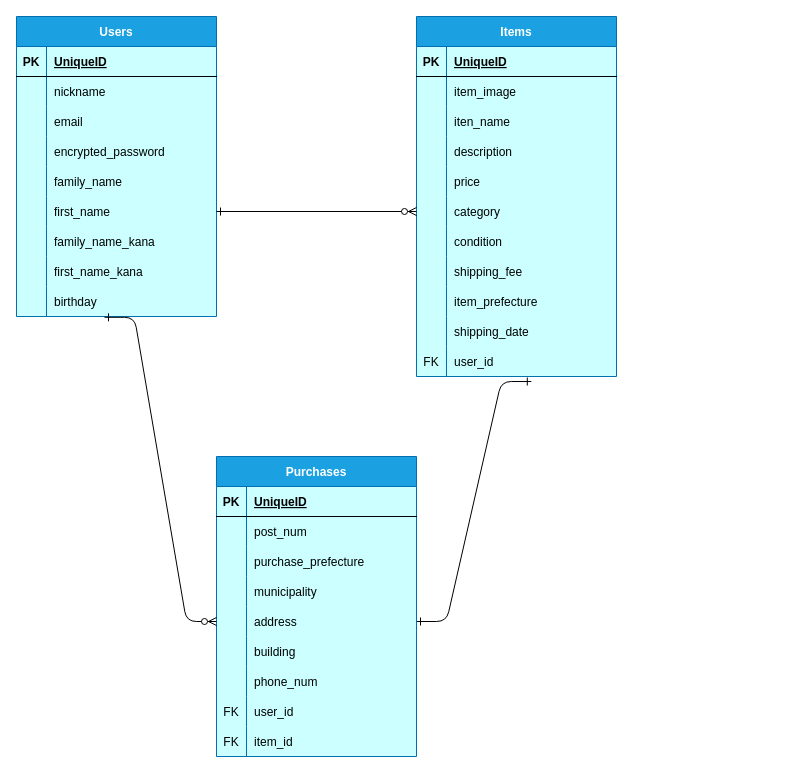
The draw.io diagram furima.dio in abeyaworld/furima-38648, before the edit. Source tidied: cells renumbered, new cells numbered last; positions are measured from the earlier drawing's top-left corner, leaving out a move shared by most shapes. Both pictures are drawn from the tidied source at 100%, with x=0, y=0 at pixel (16, 16).
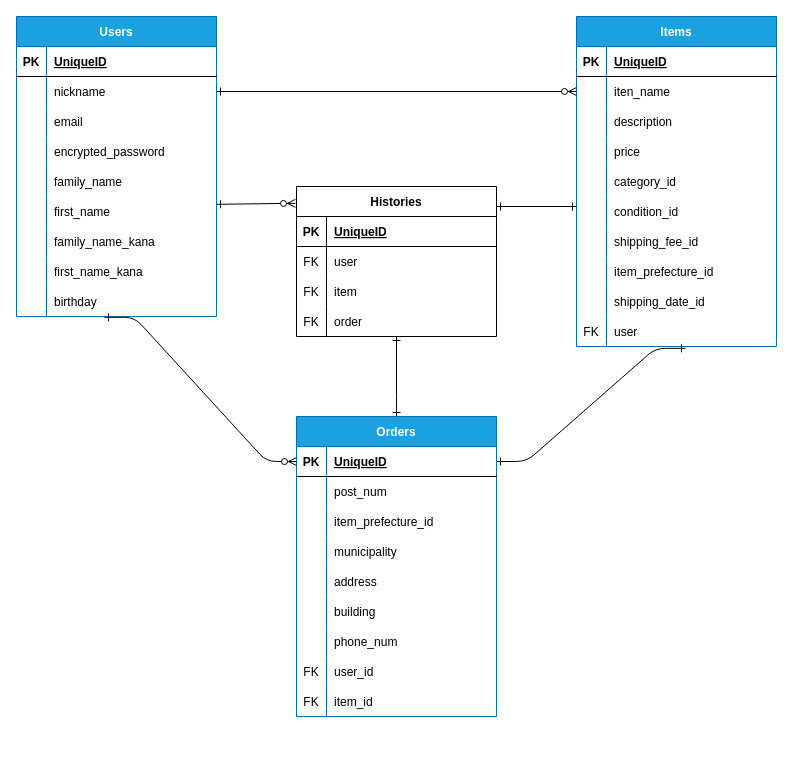
Above is the later version.

The change refers to these unchanged cells:
```xml
<mxCell id="6" style="shape=tableRow;horizontal=0;startSize=0;swimlaneHead=0;swimlaneBody=0;fillColor=none;points=[[0,0.5],[1,0.5]];portConstraint=eastwest;top=0;left=0;right=0;bottom=0;" parent="2" vertex="1">
  <mxGeometry y="60" width="200" height="30" as="geometry" />
</mxCell>
<mxCell id="18" style="shape=tableRow;horizontal=0;startSize=0;swimlaneHead=0;swimlaneBody=0;fillColor=none;points=[[0,0.5],[1,0.5]];portConstraint=eastwest;top=0;left=0;right=0;bottom=0;" parent="2" vertex="1">
  <mxGeometry y="180" width="200" height="30" as="geometry" />
</mxCell>
<mxCell id="27" style="shape=tableRow;horizontal=0;startSize=0;swimlaneHead=0;swimlaneBody=0;fillColor=none;points=[[0,0.5],[1,0.5]];portConstraint=eastwest;top=0;left=0;right=0;bottom=0;" parent="2" vertex="1">
  <mxGeometry y="270" width="200" height="30" as="geometry" />
</mxCell>
<mxCell id="66" style="shape=tableRow;horizontal=0;startSize=0;swimlaneHead=0;swimlaneBody=0;fillColor=none;points=[[0,0.5],[1,0.5]];portConstraint=eastwest;top=0;left=0;right=0;bottom=1;" parent="65" vertex="1">
  <mxGeometry y="30" width="200" height="30" as="geometry" />
</mxCell>
<mxCell id="72" style="shape=tableRow;horizontal=0;startSize=0;swimlaneHead=0;swimlaneBody=0;fillColor=none;top=0;left=0;right=0;bottom=0;" parent="65" vertex="1">
  <mxGeometry y="90" width="200" height="30" as="geometry" />
</mxCell>
<mxCell id="78" style="shape=tableRow;horizontal=0;startSize=0;swimlaneHead=0;swimlaneBody=0;fillColor=none;points=[[0,0.5],[1,0.5]];portConstraint=eastwest;top=0;left=0;right=0;bottom=0;" parent="65" vertex="1">
  <mxGeometry y="150" width="200" height="30" as="geometry" />
</mxCell>
```

What changed in the source:
```diff
@@
-<mxGraphModel>
+<mxGraphModel background="#FFFFFF">
@@
-    <mxCell id="2" value="Users" style="shape=table;startSize=30;childLayout=tableLayout;rowLines=0;fontStyle=1;align=center;fillColor=#1ba1e2;fontColor=#ffffff;strokeColor=#006EAF;swimlaneFillColor=#CCFFFF;" parent="1" vertex="1">
+    <mxCell id="2" value="Users" style="shape=table;startSize=30;childLayout=tableLayout;rowLines=0;fontStyle=1;align=center;fillColor=#1ba1e2;fontColor=#ffffff;strokeColor=#006EAF;swimlaneFillColor=none;" parent="1" vertex="1">
       <mxGeometry width="200" height="300" as="geometry" />
     </mxCell>
@@
-    <mxCell id="30" value="Items" style="shape=table;startSize=30;childLayout=tableLayout;rowLines=0;fontStyle=1;align=center;fillColor=#1ba1e2;fontColor=#ffffff;strokeColor=#006EAF;swimlaneFillColor=#CCFFFF;" parent="1" vertex="1">
-      <mxGeometry x="400" width="200" height="360" as="geometry" />
+    <mxCell id="30" value="Items" style="shape=table;startSize=30;childLayout=tableLayout;rowLines=0;fontStyle=1;align=center;fillColor=#1ba1e2;fontColor=#ffffff;strokeColor=#006EAF;swimlaneFillColor=none;" parent="1" vertex="1">
+      <mxGeometry x="560" width="200" height="330" as="geometry" />
     </mxCell>
@@
-    <mxCell id="34" style="shape=tableRow;horizontal=0;startSize=0;swimlaneHead=0;swimlaneBody=0;fillColor=none;top=0;left=0;right=0;bottom=0;" parent="30" vertex="1">
-      <mxGeometry y="60" width="200" height="30" as="geometry" />
-    </mxCell>
-    <mxCell id="35" style="shape=partialRectangle;fillColor=none;top=0;left=0;bottom=0;right=0;overflow=hidden;" parent="34" vertex="1">
-      <mxGeometry width="30" height="30" as="geometry" />
-    </mxCell>
-    <mxCell id="36" value="item_image" style="shape=partialRectangle;fillColor=none;top=0;left=0;bottom=0;right=0;align=left;spacingLeft=6;overflow=hidden;" parent="34" vertex="1">
-      <mxGeometry x="30" width="170" height="30" as="geometry" />
-    </mxCell>
     <mxCell id="37" style="shape=tableRow;horizontal=0;startSize=0;swimlaneHead=0;swimlaneBody=0;fillColor=none;points=[[0,0.5],[1,0.5]];portConstraint=eastwest;top=0;left=0;right=0;bottom=0;" parent="30" vertex="1">
-      <mxGeometry y="90" width="200" height="30" as="geometry" />
+      <mxGeometry y="60" width="200" height="30" as="geometry" />
     </mxCell>
@@
     <mxCell id="40" style="shape=tableRow;horizontal=0;startSize=0;swimlaneHead=0;swimlaneBody=0;fillColor=none;top=0;left=0;right=0;bottom=0;" parent="30" vertex="1">
-      <mxGeometry y="120" width="200" height="30" as="geometry" />
+      <mxGeometry y="90" width="200" height="30" as="geometry" />
     </mxCell>
@@
     <mxCell id="43" style="shape=tableRow;horizontal=0;startSize=0;swimlaneHead=0;swimlaneBody=0;fillColor=none;top=0;left=0;right=0;bottom=0;" parent="30" vertex="1">
-      <mxGeometry y="150" width="200" height="30" as="geometry" />
+      <mxGeometry y="120" width="200" height="30" as="geometry" />
     </mxCell>
@@
     <mxCell id="46" style="shape=tableRow;horizontal=0;startSize=0;swimlaneHead=0;swimlaneBody=0;fillColor=none;points=[[0,0.5],[1,0.5]];portConstraint=eastwest;top=0;left=0;right=0;bottom=0;" parent="30" vertex="1">
-      <mxGeometry y="180" width="200" height="30" as="geometry" />
+      <mxGeometry y="150" width="200" height="30" as="geometry" />
     </mxCell>
@@
-    <mxCell id="48" value="category" style="shape=partialRectangle;fillColor=none;top=0;left=0;bottom=0;right=0;align=left;spacingLeft=6;overflow=hidden;" parent="46" vertex="1">
+    <mxCell id="48" value="category_id" style="shape=partialRectangle;fillColor=none;top=0;left=0;bottom=0;right=0;align=left;spacingLeft=6;overflow=hidden;" parent="46" vertex="1">
       <mxGeometry x="30" width="170" height="30" as="geometry" />
     </mxCell>
     <mxCell id="49" style="shape=tableRow;horizontal=0;startSize=0;swimlaneHead=0;swimlaneBody=0;fillColor=none;top=0;left=0;right=0;bottom=0;" parent="30" vertex="1">
-      <mxGeometry y="210" width="200" height="30" as="geometry" />
+      <mxGeometry y="180" width="200" height="30" as="geometry" />
     </mxCell>
@@
-    <mxCell id="51" value="condition" style="shape=partialRectangle;fillColor=none;top=0;left=0;bottom=0;right=0;align=left;spacingLeft=6;overflow=hidden;strokeColor=#F0F0F0;" parent="49" vertex="1">
+    <mxCell id="51" value="condition_id" style="shape=partialRectangle;fillColor=none;top=0;left=0;bottom=0;right=0;align=left;spacingLeft=6;overflow=hidden;strokeColor=#F0F0F0;" parent="49" vertex="1">
       <mxGeometry x="30" width="170" height="30" as="geometry" />
     </mxCell>
     <mxCell id="52" style="shape=tableRow;horizontal=0;startSize=0;swimlaneHead=0;swimlaneBody=0;fillColor=none;top=0;left=0;right=0;bottom=0;" parent="30" vertex="1">
-      <mxGeometry y="240" width="200" height="30" as="geometry" />
+      <mxGeometry y="210" width="200" height="30" as="geometry" />
     </mxCell>
@@
-    <mxCell id="54" value="shipping_fee" style="shape=partialRectangle;fillColor=none;top=0;left=0;bottom=0;right=0;align=left;spacingLeft=6;overflow=hidden;" parent="52" vertex="1">
+    <mxCell id="54" value="shipping_fee_id" style="shape=partialRectangle;fillColor=none;top=0;left=0;bottom=0;right=0;align=left;spacingLeft=6;overflow=hidden;" parent="52" vertex="1">
       <mxGeometry x="30" width="170" height="30" as="geometry" />
     </mxCell>
     <mxCell id="55" style="shape=tableRow;horizontal=0;startSize=0;swimlaneHead=0;swimlaneBody=0;fillColor=none;top=0;left=0;right=0;bottom=0;" parent="30" vertex="1">
-      <mxGeometry y="270" width="200" height="30" as="geometry" />
+      <mxGeometry y="240" width="200" height="30" as="geometry" />
     </mxCell>
@@
-    <mxCell id="57" value="item_prefecture" style="shape=partialRectangle;fillColor=none;top=0;left=0;bottom=0;right=0;align=left;spacingLeft=6;overflow=hidden;" parent="55" vertex="1">
+    <mxCell id="57" value="item_prefecture_id" style="shape=partialRectangle;fillColor=none;top=0;left=0;bottom=0;right=0;align=left;spacingLeft=6;overflow=hidden;" parent="55" vertex="1">
       <mxGeometry x="30" width="170" height="30" as="geometry" />
     </mxCell>
     <mxCell id="58" style="shape=tableRow;horizontal=0;startSize=0;swimlaneHead=0;swimlaneBody=0;fillColor=none;top=0;left=0;right=0;bottom=0;" parent="30" vertex="1">
-      <mxGeometry y="300" width="200" height="30" as="geometry" />
+      <mxGeometry y="270" width="200" height="30" as="geometry" />
     </mxCell>
@@
-    <mxCell id="60" value="shipping_date" style="shape=partialRectangle;fillColor=none;top=0;left=0;bottom=0;right=0;align=left;spacingLeft=6;overflow=hidden;" parent="58" vertex="1">
+    <mxCell id="60" value="shipping_date_id" style="shape=partialRectangle;fillColor=none;top=0;left=0;bottom=0;right=0;align=left;spacingLeft=6;overflow=hidden;" parent="58" vertex="1">
       <mxGeometry x="30" width="170" height="30" as="geometry" />
     </mxCell>
     <mxCell id="61" style="shape=tableRow;horizontal=0;startSize=0;swimlaneHead=0;swimlaneBody=0;fillColor=none;points=[[0,0.5],[1,0.5]];portConstraint=eastwest;top=0;left=0;right=0;bottom=0;" parent="30" vertex="1">
-      <mxGeometry y="330" width="200" height="30" as="geometry" />
+      <mxGeometry y="300" width="200" height="30" as="geometry" />
     </mxCell>
@@
-    <mxCell id="63" value="user_id" style="shape=partialRectangle;fillColor=none;top=0;left=0;bottom=0;right=0;align=left;spacingLeft=6;fontStyle=0;overflow=hidden;labelBackgroundColor=none;" parent="61" vertex="1">
+    <mxCell id="63" value="user" style="shape=partialRectangle;fillColor=none;top=0;left=0;bottom=0;right=0;align=left;spacingLeft=6;fontStyle=0;overflow=hidden;labelBackgroundColor=none;" parent="61" vertex="1">
       <mxGeometry x="30" width="170" height="30" as="geometry" />
     </mxCell>
-    <mxCell id="64" style="edgeStyle=entityRelationEdgeStyle;html=1;startArrow=ERone;startFill=0;endArrow=ERone;endFill=0;exitX=1;exitY=0.5;exitDx=0;exitDy=0;entryX=0.574;entryY=1.167;entryDx=0;entryDy=0;entryPerimeter=0;" parent="1" edge="1">
-      <mxGeometry relative="1" as="geometry">
-        <mxPoint x="400" y="605" as="sourcePoint" />
-        <mxPoint x="514.8" y="365" as="targetPoint" />
-      </mxGeometry>
+    <mxCell id="64" style="edgeStyle=entityRelationEdgeStyle;html=1;startArrow=ERone;startFill=0;endArrow=ERone;endFill=0;exitX=1;exitY=0.5;exitDx=0;exitDy=0;entryX=0.545;entryY=1.06;entryDx=0;entryDy=0;entryPerimeter=0;" parent="1" edge="1" source="66" target="61">
+      <mxGeometry relative="1" as="geometry" />
     </mxCell>
-    <mxCell id="65" value="Purchases" style="shape=table;startSize=30;childLayout=tableLayout;rowLines=0;fontStyle=1;align=center;fillColor=#1ba1e2;fontColor=#ffffff;strokeColor=#006EAF;swimlaneFillColor=#CCFFFF;" parent="1" vertex="1">
-      <mxGeometry x="200" y="440" width="200" height="300" as="geometry" />
+    <mxCell id="65" value="Orders" style="shape=table;startSize=30;childLayout=tableLayout;rowLines=0;fontStyle=1;align=center;fillColor=#1ba1e2;fontColor=#ffffff;strokeColor=#006EAF;swimlaneFillColor=none;" parent="1" vertex="1">
+      <mxGeometry x="280" y="400" width="200" height="300" as="geometry" />
     </mxCell>
@@
-    <mxCell id="74" value="purchase_prefecture" style="shape=partialRectangle;fillColor=none;top=0;left=0;bottom=0;right=0;align=left;spacingLeft=6;overflow=hidden;" parent="72" vertex="1">
+    <mxCell id="74" value="item_prefecture_id" style="shape=partialRectangle;fillColor=none;top=0;left=0;bottom=0;right=0;align=left;spacingLeft=6;overflow=hidden;" parent="72" vertex="1">
       <mxGeometry x="30" width="170" height="30" as="geometry" />
     </mxCell>
@@
-    <mxCell id="93" style="fontSize=12;html=1;endArrow=ERzeroToMany;endFill=1;entryX=0;entryY=0.5;entryDx=0;entryDy=0;exitX=1;exitY=0.5;exitDx=0;exitDy=0;startArrow=ERone;startFill=0;" parent="1" edge="1" source="18" target="46">
+    <mxCell id="93" style="fontSize=12;html=1;endArrow=ERzeroToMany;endFill=1;entryX=0;entryY=0.5;entryDx=0;entryDy=0;exitX=1;exitY=0.5;exitDx=0;exitDy=0;startArrow=ERone;startFill=0;" parent="1" edge="1" source="6" target="37">
       <mxGeometry relative="1" as="geometry" />
     </mxCell>
-    <mxCell id="94" style="fontSize=12;html=1;endArrow=ERzeroToMany;endFill=1;entryX=0;entryY=0.5;entryDx=0;entryDy=0;edgeStyle=entityRelationEdgeStyle;startArrow=ERone;startFill=0;exitX=0.44;exitY=1.027;exitDx=0;exitDy=0;exitPerimeter=0;" parent="1" edge="1" source="27" target="78">
+    <mxCell id="94" style="fontSize=12;html=1;endArrow=ERzeroToMany;endFill=1;entryX=0;entryY=0.5;entryDx=0;entryDy=0;edgeStyle=entityRelationEdgeStyle;startArrow=ERone;startFill=0;exitX=0.44;exitY=1.027;exitDx=0;exitDy=0;exitPerimeter=0;" parent="1" edge="1" source="27" target="66">
       <mxGeometry relative="1" as="geometry" />
     </mxCell>
+    <mxCell id="95" value="Histories" style="shape=table;startSize=30;childLayout=tableLayout;rowLines=0;fontStyle=1;align=center;" parent="1" vertex="1">
+      <mxGeometry x="280" y="170" width="200" height="150" as="geometry" />
+    </mxCell>
+    <mxCell id="96" style="shape=tableRow;horizontal=0;startSize=0;swimlaneHead=0;swimlaneBody=0;fillColor=none;top=0;left=0;right=0;bottom=1;" parent="95" vertex="1">
+      <mxGeometry y="30" width="200" height="30" as="geometry" />
+    </mxCell>
+    <mxCell id="97" value="PK" style="shape=partialRectangle;fillColor=none;top=0;left=0;bottom=0;right=0;fontStyle=1;overflow=hidden;" parent="96" vertex="1">
+      <mxGeometry width="30" height="30" as="geometry" />
+    </mxCell>
+    <mxCell id="98" value="UniqueID" style="shape=partialRectangle;fillColor=none;top=0;left=0;bottom=0;right=0;align=left;spacingLeft=6;fontStyle=5;overflow=hidden;" parent="96" vertex="1">
+      <mxGeometry x="30" width="170" height="30" as="geometry" />
+    </mxCell>
+    <mxCell id="34" style="shape=tableRow;horizontal=0;startSize=0;swimlaneHead=0;swimlaneBody=0;fillColor=none;top=0;left=0;right=0;bottom=0;" parent="95" vertex="1">
+      <mxGeometry y="60" width="200" height="30" as="geometry" />
+    </mxCell>
+    <mxCell id="99" value="FK" style="shape=partialRectangle;fillColor=none;top=0;left=0;bottom=0;right=0;overflow=hidden;" parent="34" vertex="1">
+      <mxGeometry width="30" height="30" as="geometry" />
+    </mxCell>
+    <mxCell id="100" value="user" style="shape=partialRectangle;fillColor=none;top=0;left=0;bottom=0;right=0;align=left;spacingLeft=6;overflow=hidden;" parent="34" vertex="1">
+      <mxGeometry x="30" width="170" height="30" as="geometry" />
+    </mxCell>
+    <mxCell id="101" style="shape=tableRow;horizontal=0;startSize=0;swimlaneHead=0;swimlaneBody=0;fillColor=none;top=0;left=0;right=0;bottom=0;" parent="95" vertex="1">
+      <mxGeometry y="90" width="200" height="30" as="geometry" />
+    </mxCell>
+    <mxCell id="102" value="FK" style="shape=partialRectangle;fillColor=none;top=0;left=0;bottom=0;right=0;overflow=hidden;" parent="101" vertex="1">
+      <mxGeometry width="30" height="30" as="geometry" />
+    </mxCell>
+    <mxCell id="103" value="item" style="shape=partialRectangle;fillColor=none;top=0;left=0;bottom=0;right=0;align=left;spacingLeft=6;overflow=hidden;" parent="101" vertex="1">
+      <mxGeometry x="30" width="170" height="30" as="geometry" />
+    </mxCell>
+    <mxCell id="104" style="shape=tableRow;horizontal=0;startSize=0;swimlaneHead=0;swimlaneBody=0;fillColor=none;top=0;left=0;right=0;bottom=0;" parent="95" vertex="1">
+      <mxGeometry y="120" width="200" height="30" as="geometry" />
+    </mxCell>
+    <mxCell id="105" value="FK" style="shape=partialRectangle;fillColor=none;top=0;left=0;bottom=0;right=0;overflow=hidden;" parent="104" vertex="1">
+      <mxGeometry width="30" height="30" as="geometry" />
+    </mxCell>
+    <mxCell id="106" value="order" style="shape=partialRectangle;fillColor=none;top=0;left=0;bottom=0;right=0;align=left;spacingLeft=6;overflow=hidden;" parent="104" vertex="1">
+      <mxGeometry x="30" width="170" height="30" as="geometry" />
+    </mxCell>
+    <mxCell id="107" style="fontSize=12;html=1;endArrow=ERzeroToMany;endFill=1;entryX=-0.005;entryY=0.112;entryDx=0;entryDy=0;exitX=1;exitY=0.26;exitDx=0;exitDy=0;startArrow=ERone;startFill=0;entryPerimeter=0;exitPerimeter=0;" parent="1" edge="1" source="18" target="95">
+      <mxGeometry relative="1" as="geometry" />
+    </mxCell>
+    <mxCell id="108" style="fontSize=12;html=1;endArrow=ERone;endFill=0;entryX=0.5;entryY=0;entryDx=0;entryDy=0;startArrow=ERone;startFill=0;" parent="1" edge="1" target="65">
+      <mxGeometry relative="1" as="geometry">
+        <mxPoint x="380" y="320" as="sourcePoint" />
+        <Array as="points">
+          <mxPoint x="380" y="390" />
+        </Array>
+      </mxGeometry>
+    </mxCell>
+    <mxCell id="109" style="fontSize=12;html=1;endArrow=ERone;endFill=0;startArrow=ERone;startFill=0;" parent="1" edge="1">
+      <mxGeometry relative="1" as="geometry">
+        <mxPoint x="480" y="190" as="sourcePoint" />
+        <mxPoint x="560" y="190" as="targetPoint" />
+      </mxGeometry>
+    </mxCell>
```
